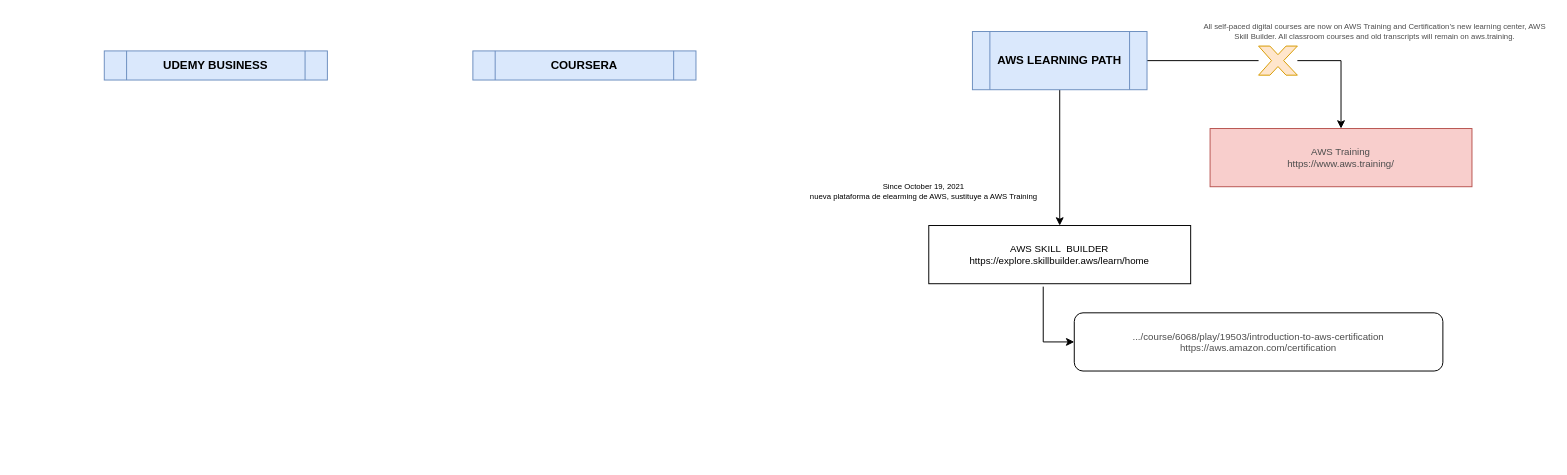
Earlier version of the draw.io diagram LearningPaths.drawio (efmpacheco/DIAGRAMS). Source tidied: cells renumbered, new cells numbered last; positions are measured from the earlier drawing's top-left corner, leaving out a move shared by most shapes. Both pictures are drawn from the tidied source at 97%, with x=0, y=0 at pixel (104, 16).
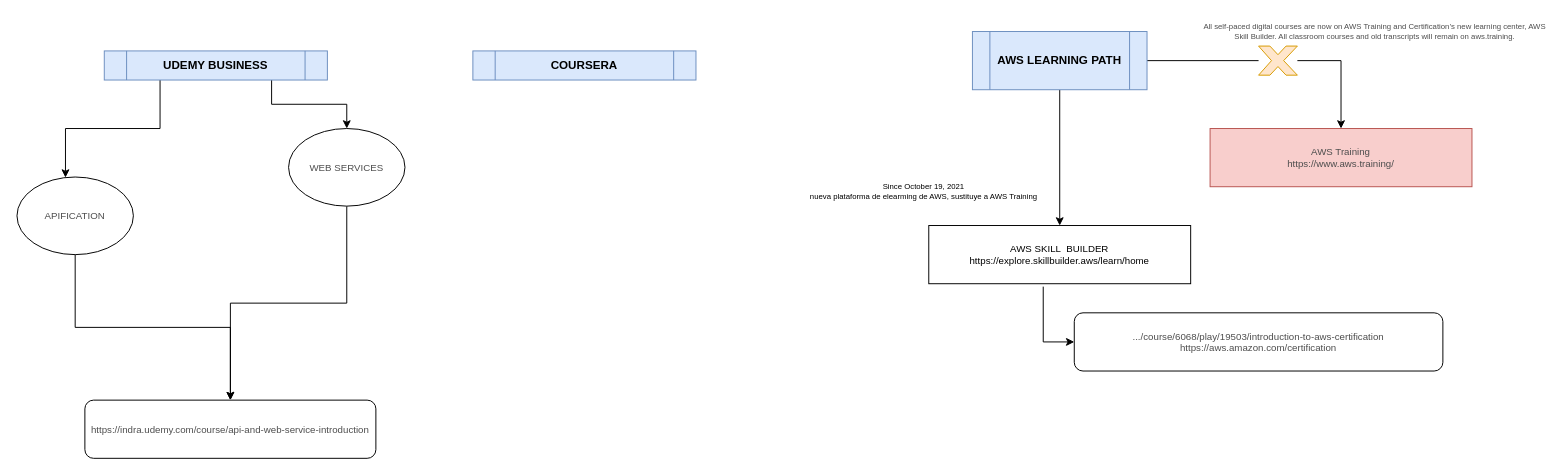
After the change.

Commit message:
Update LearningPaths.drawio udemy API & WS

The change refers to these unchanged cells:
```xml
<mxCell id="14" value="UDEMY BUSINESS" style="shape=process;whiteSpace=wrap;html=1;backgroundOutline=1;fontSize=12;fontStyle=1;fillColor=#dae8fc;strokeColor=#6c8ebf;" parent="1" vertex="1">
  <mxGeometry y="35" width="230" height="30" as="geometry" />
</mxCell>
```

The edit, as a diff of the source:
```diff
@@
+    <mxCell id="15" style="edgeStyle=orthogonalEdgeStyle;rounded=0;jettySize=auto;html=1;exitX=0.25;exitY=1;exitDx=0;exitDy=0;fontSize=10;fontColor=#4D4D4D;" parent="1" edge="1" source="14" target="19">
+      <mxGeometry relative="1" as="geometry">
+        <Array as="points">
+          <mxPoint x="58" y="115" />
+          <mxPoint x="-40" y="115" />
+        </Array>
+      </mxGeometry>
+    </mxCell>
+    <mxCell id="16" style="edgeStyle=orthogonalEdgeStyle;rounded=0;jettySize=auto;html=1;exitX=0.75;exitY=1;exitDx=0;exitDy=0;fontSize=10;fontColor=#4D4D4D;" parent="1" edge="1" source="14" target="21">
+      <mxGeometry relative="1" as="geometry" />
+    </mxCell>
@@
+    <mxCell id="17" value="&lt;span&gt;https://indra.udemy.com/course/api-and-web-service-introduction&lt;/span&gt;" style="rounded=1;whiteSpace=wrap;html=1;fontSize=10;fontColor=#4D4D4D;" parent="1" vertex="1">
+      <mxGeometry x="-20" y="395" width="300" height="60" as="geometry" />
+    </mxCell>
+    <mxCell id="18" style="edgeStyle=orthogonalEdgeStyle;rounded=0;jettySize=auto;html=1;exitX=0.5;exitY=1;exitDx=0;exitDy=0;fontSize=10;fontColor=#4D4D4D;entryX=0.5;entryY=0;entryDx=0;entryDy=0;" parent="1" edge="1" source="19" target="17">
+      <mxGeometry relative="1" as="geometry" />
+    </mxCell>
+    <mxCell id="19" value="APIFICATION" style="ellipse;whiteSpace=wrap;html=1;fontSize=10;fontColor=#4D4D4D;" parent="1" vertex="1">
+      <mxGeometry x="-90" y="165" width="120" height="80" as="geometry" />
+    </mxCell>
+    <mxCell id="20" style="edgeStyle=orthogonalEdgeStyle;rounded=0;jettySize=auto;html=1;exitX=0.5;exitY=1;exitDx=0;exitDy=0;entryX=0.5;entryY=0;entryDx=0;entryDy=0;fontSize=10;fontColor=#4D4D4D;" parent="1" edge="1" source="21" target="17">
+      <mxGeometry relative="1" as="geometry" />
+    </mxCell>
+    <mxCell id="21" value="WEB SERVICES" style="ellipse;whiteSpace=wrap;html=1;fontSize=10;fontColor=#4D4D4D;" parent="1" vertex="1">
+      <mxGeometry x="190" y="115" width="120" height="80" as="geometry" />
+    </mxCell>
```
